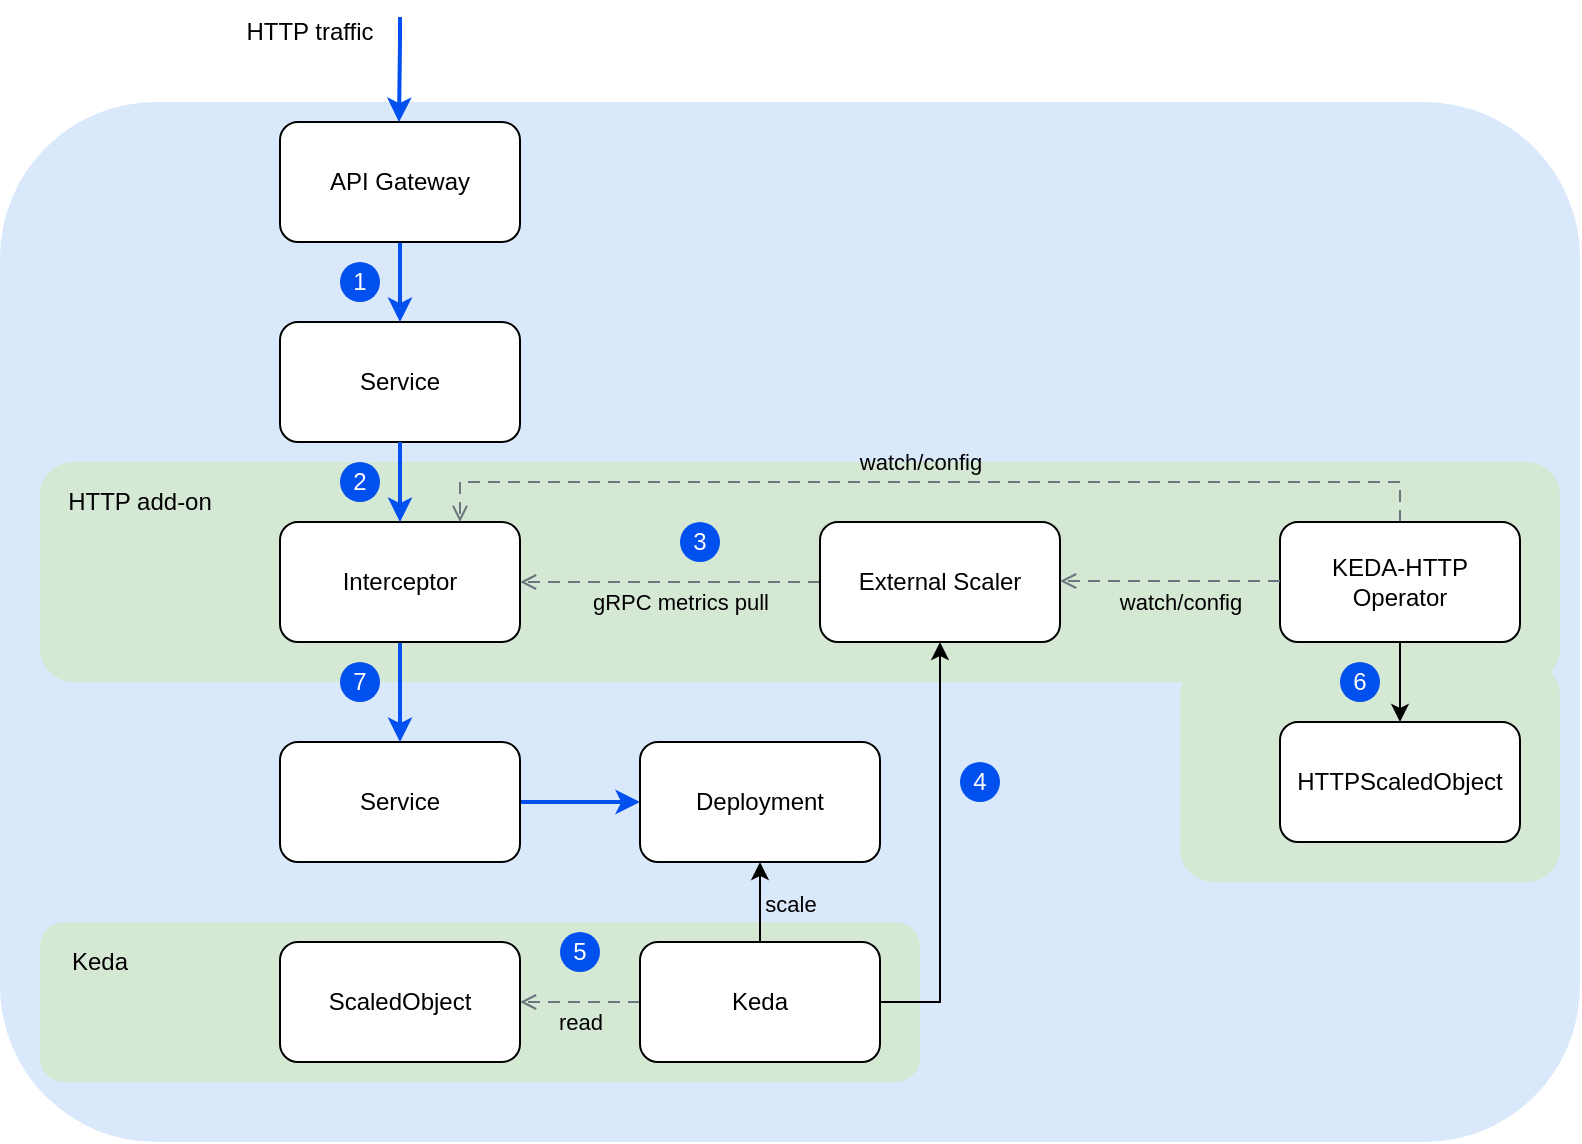
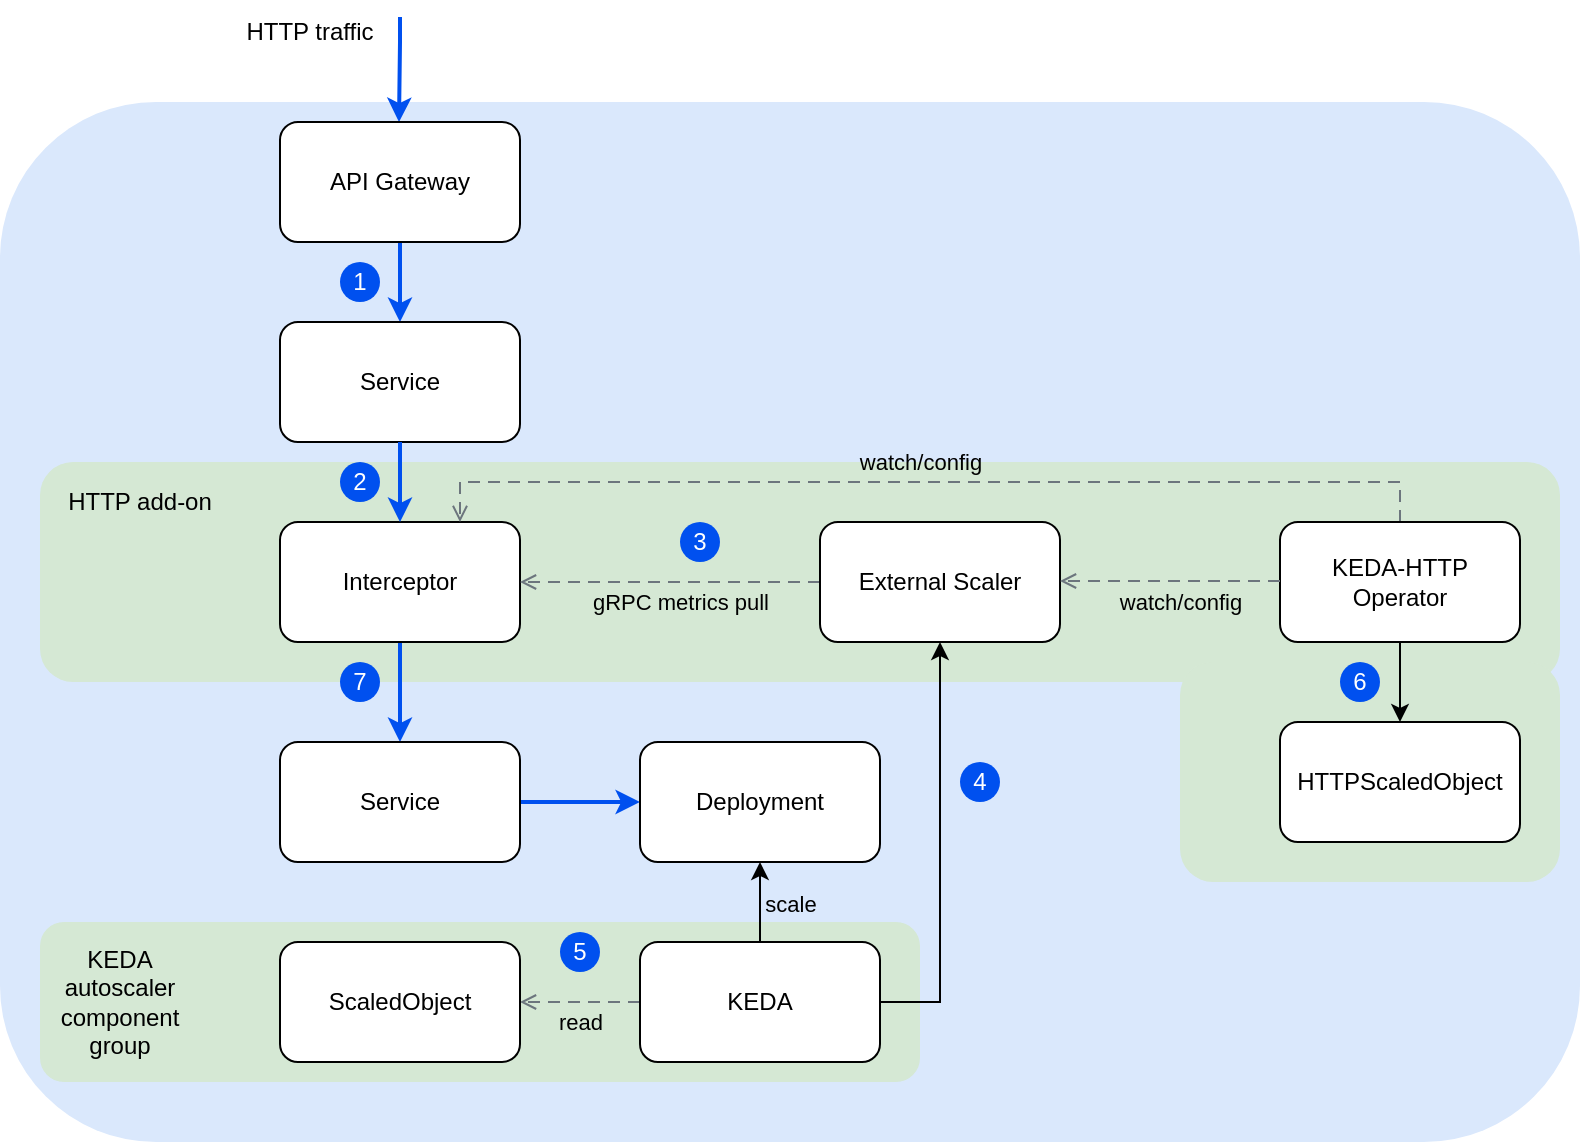
<mxfile host="app.diagrams.net" agent="Mozilla/5.0 (Macintosh; Intel Mac OS X 10_15_7) AppleWebKit/537.36 (KHTML, like Gecko) Chrome/146.0.0.0 Safari/537.36">
  <diagram name="Strona-1" id="PCwKYs7Am_7MhhhAlRCN">
-     <mxGraphModel dx="1012" dy="619" grid="1" gridSize="10" guides="1" tooltips="1" connect="1" arrows="1" fold="1" page="1" pageScale="1" pageWidth="827" pageHeight="1169" background="light-dark(#FFFFFF,#FFFFFF)" math="0" shadow="0">
+     <mxGraphModel dx="1222" dy="743" grid="1" gridSize="10" guides="1" tooltips="1" connect="1" arrows="1" fold="1" page="1" pageScale="1" pageWidth="827" pageHeight="1169" background="light-dark(#FFFFFF,#FFFFFF)" math="0" shadow="0">
      <root>
        <mxCell id="0" />
        <mxCell id="1" parent="0" />
        <mxCell id="-FwIGx8wEyZmMaV0u51Y-1" parent="1" style="rounded=1;whiteSpace=wrap;html=1;strokeColor=none;fillColor=#dae8fc;" value="" vertex="1">
          <mxGeometry height="520" width="790" x="370" y="150" as="geometry" />
        </mxCell>
        <mxCell id="-FwIGx8wEyZmMaV0u51Y-2" edge="1" parent="1" source="-FwIGx8wEyZmMaV0u51Y-3" style="edgeStyle=orthogonalEdgeStyle;rounded=0;orthogonalLoop=1;jettySize=auto;html=1;endArrow=classic;strokeWidth=2;strokeColor=#0050ef;exitX=1;exitY=0.25;exitDx=0;exitDy=0;" value="">
          <mxGeometry height="50" relative="1" width="50" as="geometry">
            <Array as="points">
              <mxPoint x="570" y="120" />
            </Array>
            <mxPoint x="570" y="80" as="sourcePoint" />
            <mxPoint x="569.5" y="160" as="targetPoint" />
          </mxGeometry>
        </mxCell>
        <mxCell id="-FwIGx8wEyZmMaV0u51Y-3" parent="1" style="text;html=1;whiteSpace=wrap;strokeColor=none;fillColor=none;align=center;verticalAlign=middle;rounded=0;" value="HTTP traffic" vertex="1">
          <mxGeometry height="30" width="90" x="480" y="100" as="geometry" />
        </mxCell>
        <mxCell id="-FwIGx8wEyZmMaV0u51Y-6" edge="1" parent="1" source="-FwIGx8wEyZmMaV0u51Y-4" style="edgeStyle=orthogonalEdgeStyle;rounded=0;orthogonalLoop=1;jettySize=auto;html=1;endArrow=classic;strokeWidth=2;strokeColor=#0050ef;" target="-FwIGx8wEyZmMaV0u51Y-5" value="">
          <mxGeometry relative="1" as="geometry" />
        </mxCell>
        <mxCell id="-FwIGx8wEyZmMaV0u51Y-4" parent="1" style="rounded=1;whiteSpace=wrap;html=1;" value="API Gateway" vertex="1">
          <mxGeometry height="60" width="120" x="510" y="160" as="geometry" />
        </mxCell>
        <mxCell id="-FwIGx8wEyZmMaV0u51Y-5" parent="1" style="whiteSpace=wrap;html=1;rounded=1;" value="Service" vertex="1">
          <mxGeometry height="60" width="120" x="510" y="260" as="geometry" />
        </mxCell>
        <mxCell id="Bv20FZ85d_FOa0_xKQUy-4" parent="1" style="rounded=1;whiteSpace=wrap;html=1;fillColor=#d5e8d4;strokeColor=none;imageAspect=1;backgroundOutline=0;" value="" vertex="1">
          <mxGeometry height="110" width="760" x="390" y="330" as="geometry" />
        </mxCell>
        <mxCell id="Bv20FZ85d_FOa0_xKQUy-5" parent="1" style="text;html=1;whiteSpace=wrap;strokeColor=none;fillColor=none;align=center;verticalAlign=middle;rounded=0;" value="HTTP add-on" vertex="1">
          <mxGeometry height="20" width="110" x="385" y="340" as="geometry" />
        </mxCell>
        <mxCell id="-FwIGx8wEyZmMaV0u51Y-10" edge="1" parent="1" source="-FwIGx8wEyZmMaV0u51Y-7" style="edgeStyle=orthogonalEdgeStyle;rounded=0;orthogonalLoop=1;jettySize=auto;html=1;endArrow=classic;strokeWidth=2;strokeColor=#0050ef;" target="-FwIGx8wEyZmMaV0u51Y-9" value="">
          <mxGeometry relative="1" as="geometry" />
        </mxCell>
        <mxCell id="-FwIGx8wEyZmMaV0u51Y-7" parent="1" style="whiteSpace=wrap;html=1;rounded=1;" value="Interceptor" vertex="1">
          <mxGeometry height="60" width="120" x="510" y="360" as="geometry" />
        </mxCell>
        <mxCell id="-FwIGx8wEyZmMaV0u51Y-12" edge="1" parent="1" source="-FwIGx8wEyZmMaV0u51Y-9" style="edgeStyle=orthogonalEdgeStyle;rounded=0;orthogonalLoop=1;jettySize=auto;html=1;endArrow=classic;strokeWidth=2;strokeColor=#0050ef;" target="-FwIGx8wEyZmMaV0u51Y-11" value="">
          <mxGeometry relative="1" as="geometry" />
        </mxCell>
        <mxCell id="-FwIGx8wEyZmMaV0u51Y-9" parent="1" style="whiteSpace=wrap;html=1;rounded=1;" value="Service" vertex="1">
          <mxGeometry height="60" width="120" x="510" y="470" as="geometry" />
        </mxCell>
        <mxCell id="-FwIGx8wEyZmMaV0u51Y-11" parent="1" style="whiteSpace=wrap;html=1;rounded=1;" value="Deployment" vertex="1">
          <mxGeometry height="60" width="120" x="690" y="470" as="geometry" />
        </mxCell>
        <mxCell id="-FwIGx8wEyZmMaV0u51Y-13" parent="1" style="rounded=1;whiteSpace=wrap;html=1;fillColor=#d5e8d4;strokeColor=none;imageAspect=1;backgroundOutline=0;" value="" vertex="1">
          <mxGeometry height="80" width="440" x="390" y="560" as="geometry" />
        </mxCell>
-         <mxCell id="-FwIGx8wEyZmMaV0u51Y-14" parent="1" style="text;html=1;whiteSpace=wrap;strokeColor=none;fillColor=none;align=center;verticalAlign=middle;rounded=0;" value="Keda" vertex="1">
-           <mxGeometry height="30" width="60" x="390" y="565" as="geometry" />
+         <mxCell id="-FwIGx8wEyZmMaV0u51Y-14" parent="1" style="text;html=1;whiteSpace=wrap;strokeColor=none;fillColor=none;align=center;verticalAlign=middle;rounded=0;" value="KEDA autoscaler component group" vertex="1">
+           <mxGeometry height="30" width="60" x="400" y="585" as="geometry" />
        </mxCell>
        <mxCell id="-FwIGx8wEyZmMaV0u51Y-17" edge="1" parent="1" source="-FwIGx8wEyZmMaV0u51Y-15" style="edgeStyle=orthogonalEdgeStyle;rounded=0;orthogonalLoop=1;jettySize=auto;html=1;" target="-FwIGx8wEyZmMaV0u51Y-11" value="">
          <mxGeometry relative="1" as="geometry" />
        </mxCell>
        <mxCell id="lSEiP_iodcMeooCggjgw-21" connectable="0" parent="-FwIGx8wEyZmMaV0u51Y-17" style="edgeLabel;html=1;align=center;verticalAlign=middle;resizable=0;points=[];labelBackgroundColor=none;" value="scale" vertex="1">
          <mxGeometry relative="1" x="-0.05" y="-1" as="geometry">
            <mxPoint x="14" as="offset" />
          </mxGeometry>
        </mxCell>
        <mxCell id="-FwIGx8wEyZmMaV0u51Y-18" edge="1" parent="1" source="-FwIGx8wEyZmMaV0u51Y-15" style="edgeStyle=orthogonalEdgeStyle;rounded=0;orthogonalLoop=1;jettySize=auto;html=1;dashed=1;dashPattern=6 4;strokeColor=light-dark(#6c757d, #ededed);endArrow=open;endFill=0;" target="-FwIGx8wEyZmMaV0u51Y-16" value="">
          <mxGeometry relative="1" as="geometry" />
        </mxCell>
        <mxCell id="lSEiP_iodcMeooCggjgw-20" connectable="0" parent="-FwIGx8wEyZmMaV0u51Y-18" style="edgeLabel;html=1;align=center;verticalAlign=middle;resizable=0;points=[];labelBackgroundColor=none;" value="read" vertex="1">
          <mxGeometry relative="1" x="0.0111" y="-1" as="geometry">
            <mxPoint y="11" as="offset" />
          </mxGeometry>
        </mxCell>
        <mxCell id="-FwIGx8wEyZmMaV0u51Y-26" edge="1" parent="1" style="edgeStyle=orthogonalEdgeStyle;rounded=0;orthogonalLoop=1;jettySize=auto;html=1;" target="-FwIGx8wEyZmMaV0u51Y-23" value="">
          <mxGeometry relative="1" as="geometry">
            <Array as="points">
              <mxPoint x="840" y="600" />
            </Array>
            <mxPoint x="780" y="600" as="sourcePoint" />
            <mxPoint x="900" y="450" as="targetPoint" />
          </mxGeometry>
        </mxCell>
-         <mxCell id="-FwIGx8wEyZmMaV0u51Y-15" parent="1" style="rounded=1;whiteSpace=wrap;html=1;" value="Keda" vertex="1">
+         <mxCell id="-FwIGx8wEyZmMaV0u51Y-15" parent="1" style="rounded=1;whiteSpace=wrap;html=1;" value="KEDA" vertex="1">
          <mxGeometry height="60" width="120" x="690" y="570" as="geometry" />
        </mxCell>
        <mxCell id="-FwIGx8wEyZmMaV0u51Y-16" parent="1" style="rounded=1;whiteSpace=wrap;html=1;" value="ScaledObject" vertex="1">
          <mxGeometry height="60" width="120" x="510" y="570" as="geometry" />
        </mxCell>
        <mxCell id="-FwIGx8wEyZmMaV0u51Y-21" edge="1" parent="1" style="edgeStyle=orthogonalEdgeStyle;rounded=0;orthogonalLoop=1;jettySize=auto;html=1;dashed=1;dashPattern=6 4;strokeColor=#6c757d;strokeWidth=1;endArrow=open;entryX=0.75;entryY=0;entryDx=0;entryDy=0;labelBackgroundColor=none;" target="-FwIGx8wEyZmMaV0u51Y-7" value="watch/config">
          <mxGeometry relative="1" x="0.0196" y="-10" as="geometry">
            <mxPoint as="offset" />
            <Array as="points">
              <mxPoint x="1070" y="340" />
              <mxPoint x="600" y="340" />
            </Array>
            <mxPoint x="1070" y="360" as="sourcePoint" />
            <mxPoint x="680" y="340" as="targetPoint" />
          </mxGeometry>
        </mxCell>
        <mxCell id="-FwIGx8wEyZmMaV0u51Y-19" parent="1" style="rounded=1;whiteSpace=wrap;html=1;" value="KEDA-HTTP&lt;br&gt;Operator" vertex="1">
          <mxGeometry height="60" width="120" x="1010" y="360" as="geometry" />
        </mxCell>
        <mxCell id="-FwIGx8wEyZmMaV0u51Y-24" edge="1" parent="1" source="-FwIGx8wEyZmMaV0u51Y-23" style="edgeStyle=orthogonalEdgeStyle;rounded=0;orthogonalLoop=1;jettySize=auto;html=1;dashed=1;dashPattern=6 4;strokeColor=#6c757d;strokeWidth=1;endArrow=open;entryX=1;entryY=0.5;entryDx=0;entryDy=0;fontColor=default;labelBackgroundColor=none;" target="-FwIGx8wEyZmMaV0u51Y-7" value="gRPC metrics pull">
          <mxGeometry relative="1" x="-0.0667" y="10" as="geometry">
            <mxPoint as="offset" />
          </mxGeometry>
        </mxCell>
        <mxCell id="-FwIGx8wEyZmMaV0u51Y-23" parent="1" style="rounded=1;whiteSpace=wrap;html=1;" value="External Scaler" vertex="1">
          <mxGeometry height="60" width="120" x="780" y="360" as="geometry" />
        </mxCell>
        <mxCell id="-FwIGx8wEyZmMaV0u51Y-30" parent="1" style="ellipse;whiteSpace=wrap;html=1;aspect=fixed;fillColor=#0050ef;fontColor=#ffffff;strokeColor=none;" value="1" vertex="1">
          <mxGeometry height="20" width="20" x="540" y="230" as="geometry" />
        </mxCell>
        <mxCell id="-FwIGx8wEyZmMaV0u51Y-32" parent="1" style="ellipse;whiteSpace=wrap;html=1;aspect=fixed;fillColor=#0050ef;fontColor=#ffffff;strokeColor=none;" value="2" vertex="1">
          <mxGeometry height="20" width="20" x="540" y="330" as="geometry" />
        </mxCell>
        <mxCell id="-FwIGx8wEyZmMaV0u51Y-33" parent="1" style="ellipse;whiteSpace=wrap;html=1;aspect=fixed;fillColor=#0050ef;fontColor=#ffffff;strokeColor=none;" value="7" vertex="1">
          <mxGeometry height="20" width="20" x="540" y="430" as="geometry" />
        </mxCell>
        <mxCell id="-FwIGx8wEyZmMaV0u51Y-35" parent="1" style="ellipse;whiteSpace=wrap;html=1;aspect=fixed;fillColor=#0050ef;fontColor=#ffffff;strokeColor=none;" value="3" vertex="1">
          <mxGeometry height="20" width="20" x="710" y="360" as="geometry" />
        </mxCell>
        <mxCell id="-FwIGx8wEyZmMaV0u51Y-37" parent="1" style="ellipse;whiteSpace=wrap;html=1;aspect=fixed;fillColor=#0050ef;fontColor=#ffffff;strokeColor=none;" value="5" vertex="1">
          <mxGeometry height="20" width="20" x="650" y="565" as="geometry" />
        </mxCell>
        <mxCell id="-FwIGx8wEyZmMaV0u51Y-38" parent="1" style="ellipse;whiteSpace=wrap;html=1;aspect=fixed;fillColor=#0050ef;fontColor=#ffffff;strokeColor=none;" value="4" vertex="1">
          <mxGeometry height="20" width="20" x="850" y="480" as="geometry" />
        </mxCell>
        <mxCell id="Bv20FZ85d_FOa0_xKQUy-3" edge="1" parent="1" style="edgeStyle=orthogonalEdgeStyle;rounded=0;orthogonalLoop=1;jettySize=auto;dashed=1;dashPattern=6 4;strokeColor=#6c757d;strokeWidth=1;endArrow=open;labelBackgroundColor=none;html=1;labelBorderColor=none;" value="watch/config">
          <mxGeometry relative="1" x="-0.0909" y="10" as="geometry">
            <mxPoint as="offset" />
            <Array as="points">
              <mxPoint x="1010" y="389.5" />
              <mxPoint x="1010" y="389.5" />
            </Array>
            <mxPoint x="1010" y="389.5" as="sourcePoint" />
            <mxPoint x="900" y="389.5" as="targetPoint" />
          </mxGeometry>
        </mxCell>
        <mxCell id="lSEiP_iodcMeooCggjgw-8" parent="1" style="rounded=1;whiteSpace=wrap;html=1;fillColor=#d5e8d4;strokeColor=none;" value="" vertex="1">
          <mxGeometry height="110" width="190" x="960" y="430" as="geometry" />
        </mxCell>
        <mxCell id="lSEiP_iodcMeooCggjgw-9" parent="1" style="rounded=1;whiteSpace=wrap;html=1;" value="HTTPScaledObject" vertex="1">
          <mxGeometry height="60" width="120" x="1010" y="460" as="geometry" />
        </mxCell>
        <mxCell id="lSEiP_iodcMeooCggjgw-13" parent="1" style="ellipse;whiteSpace=wrap;html=1;aspect=fixed;fillColor=#0050ef;fontColor=#ffffff;strokeColor=none;" value="6" vertex="1">
          <mxGeometry height="20" width="20" x="1040" y="430" as="geometry" />
        </mxCell>
        <mxCell id="lSEiP_iodcMeooCggjgw-15" edge="1" parent="1" source="-FwIGx8wEyZmMaV0u51Y-19" style="endArrow=classic;html=1;rounded=0;entryX=0.5;entryY=0;entryDx=0;entryDy=0;exitX=0.5;exitY=1;exitDx=0;exitDy=0;" target="lSEiP_iodcMeooCggjgw-9" value="">
          <mxGeometry height="50" relative="1" width="50" as="geometry">
            <mxPoint x="1030" y="510" as="sourcePoint" />
            <mxPoint x="1080" y="460" as="targetPoint" />
          </mxGeometry>
        </mxCell>
        <mxCell id="lSEiP_iodcMeooCggjgw-17" edge="1" parent="1" style="edgeStyle=orthogonalEdgeStyle;rounded=0;orthogonalLoop=1;jettySize=auto;html=1;endArrow=classic;strokeWidth=2;strokeColor=#0050ef;" value="">
          <mxGeometry relative="1" as="geometry">
            <Array as="points">
              <mxPoint x="570" y="320" />
              <mxPoint x="570" y="320" />
            </Array>
            <mxPoint x="570" y="340" as="sourcePoint" />
            <mxPoint x="570" y="360" as="targetPoint" />
          </mxGeometry>
        </mxCell>
      </root>
    </mxGraphModel>
  </diagram>
</mxfile>
